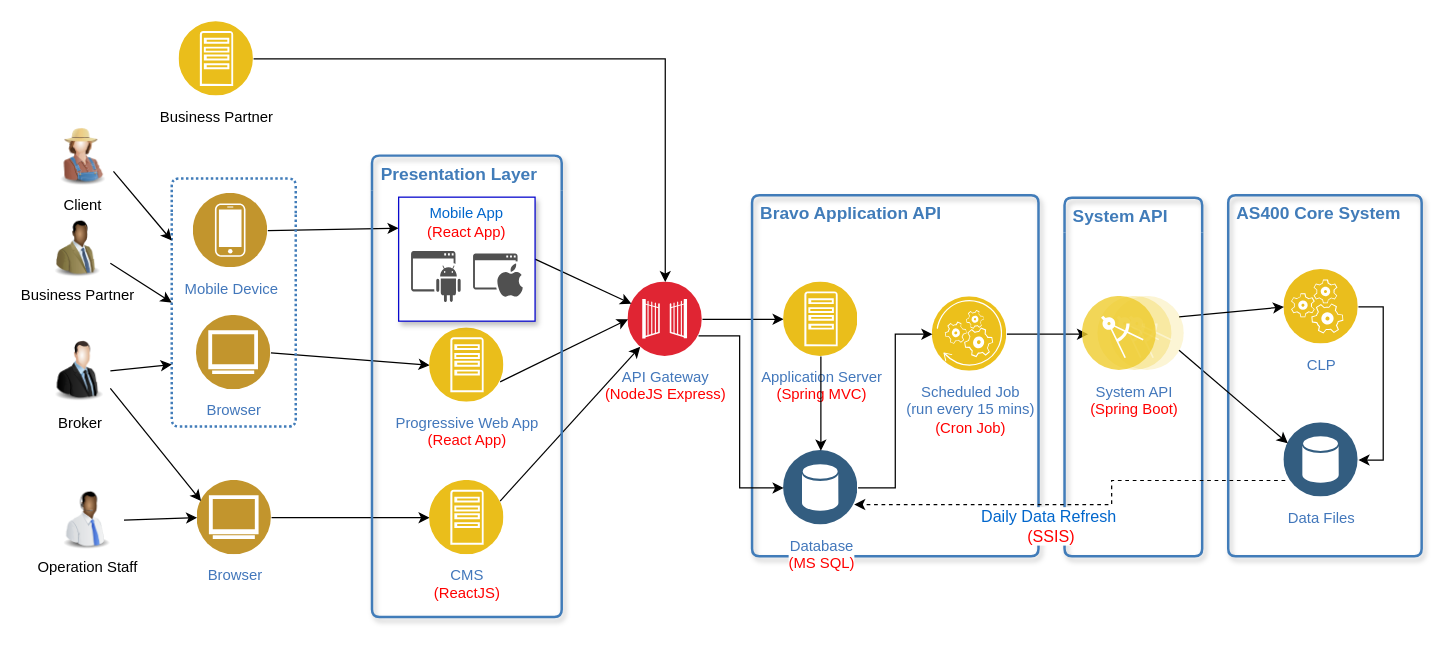
Above: page "Logical Component" (1 of 2) of WeCare_Architecture.drawio in whalebig27/change-request-process-diagram (draw.io), before the change. Source tidied: cells renumbered, new cells numbered last; positions are measured from the earlier drawing's top-left corner, leaving out a move shared by most shapes. Both pictures are drawn from the tidied source at 124%, with x=0, y=0 at pixel (45, 21).
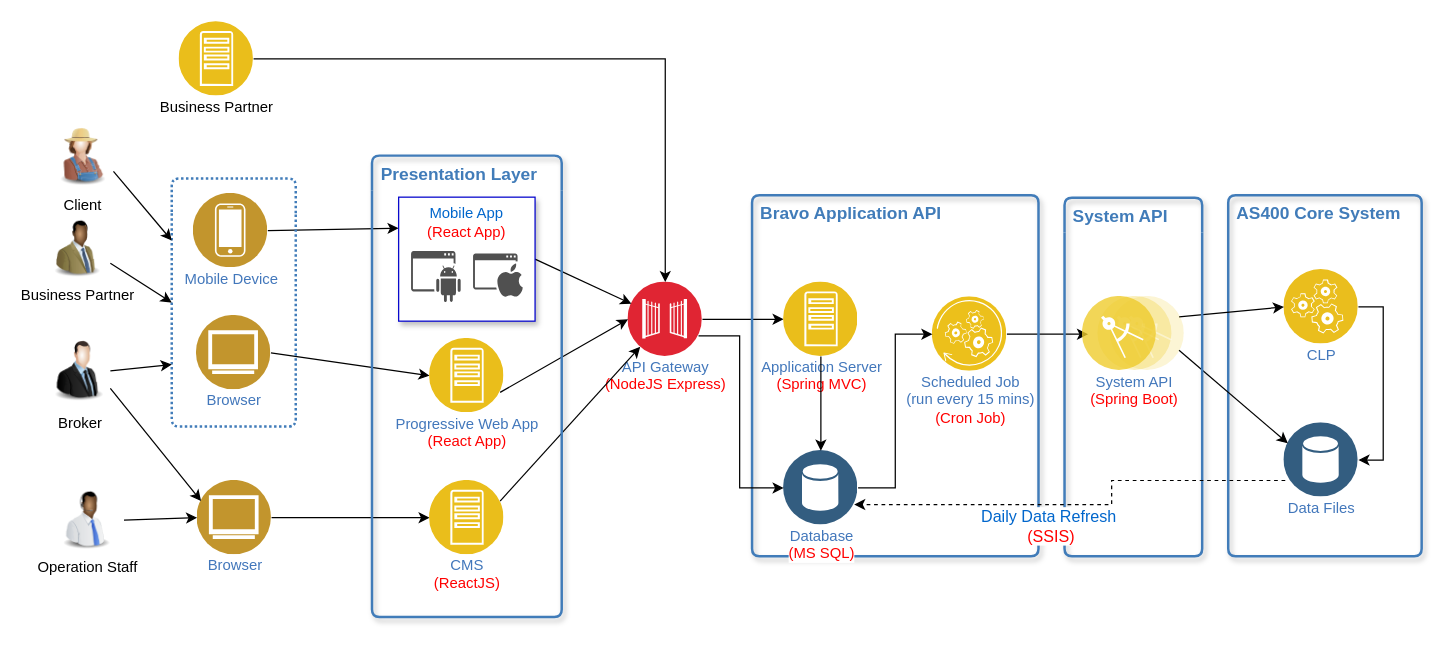
The same diagram, later.

Unchanged cells that the change refers to:
```xml
<mxCell id="18" value="&lt;b&gt;&lt;font style=&quot;font-size: 14px&quot;&gt;Presentation Layer&lt;/font&gt;&lt;/b&gt;" style="swimlane;fontStyle=0;horizontal=1;startSize=28;swimlaneLine=0;swimlaneFillColor=none;fillColor=none;rounded=1;whiteSpace=wrap;html=1;absoluteArcSize=1;arcSize=12;strokeColor=#417CB9;fontColor=#417CB9;verticalAlign=top;align=left;spacingLeft=5;dashed=0;strokeWidth=2;shadow=1;dashPattern=1 1;" parent="17" vertex="1">
  <mxGeometry x="-3" y="8" width="153" height="372" as="geometry" />
</mxCell>
<mxCell id="26" value="&lt;b&gt;&lt;font style=&quot;font-size: 14px&quot;&gt;AS400 Core System&lt;/font&gt;&lt;/b&gt;" style="swimlane;fontStyle=0;horizontal=1;startSize=28;swimlaneLine=0;swimlaneFillColor=none;fillColor=none;rounded=1;whiteSpace=wrap;html=1;absoluteArcSize=1;arcSize=12;strokeColor=#417CB9;fontColor=#417CB9;verticalAlign=top;align=left;spacingLeft=5;dashed=0;strokeWidth=2;shadow=1;" parent="1" vertex="1">
  <mxGeometry x="954" y="140" width="156" height="291" as="geometry" />
</mxCell>
<mxCell id="33" value="&lt;b&gt;&lt;font style=&quot;font-size: 14px&quot;&gt;Bravo Application API&lt;/font&gt;&lt;/b&gt;" style="swimlane;fontStyle=0;horizontal=1;startSize=28;swimlaneLine=0;swimlaneFillColor=none;fillColor=none;rounded=1;whiteSpace=wrap;html=1;absoluteArcSize=1;arcSize=12;strokeColor=#417CB9;fontColor=#417CB9;verticalAlign=top;align=left;spacingLeft=5;dashed=0;strokeWidth=2;shadow=1;" parent="1" vertex="1">
  <mxGeometry x="570" y="140" width="231" height="291" as="geometry" />
</mxCell>
<mxCell id="42" style="swimlane;fontStyle=0;horizontal=1;startSize=28;swimlaneLine=0;swimlaneFillColor=none;fillColor=none;rounded=1;whiteSpace=wrap;html=1;absoluteArcSize=1;arcSize=12;strokeColor=#417CB9;fontColor=#417CB9;verticalAlign=top;align=left;spacingLeft=5;dashed=1;strokeWidth=2;shadow=0;dashPattern=1 1;" parent="1" vertex="1">
  <mxGeometry x="102" y="126.5" width="100" height="200" as="geometry" />
</mxCell>
<mxCell id="49" value="&lt;b&gt;&lt;font style=&quot;font-size: 14px&quot;&gt;System API&lt;/font&gt;&lt;/b&gt;" style="swimlane;fontStyle=0;horizontal=1;startSize=28;swimlaneLine=0;swimlaneFillColor=none;fillColor=none;rounded=1;whiteSpace=wrap;html=1;absoluteArcSize=1;arcSize=12;strokeColor=#417CB9;fontColor=#417CB9;verticalAlign=top;align=left;spacingLeft=5;dashed=0;strokeWidth=2;shadow=1;dashPattern=1 1;" parent="1" vertex="1">
  <mxGeometry x="822" y="142" width="111" height="289" as="geometry" />
</mxCell>
```

Diff of the diagram source:
```diff
@@
-    <mxCell id="3" value="Browser" style="perimeter=ellipsePerimeter;html=1;align=center;shadow=0;dashed=0;fontColor=#4277BB;labelBackgroundColor=#ffffff;fontSize=12;spacingTop=3;image;image=img/lib/ibm/users/browser.svg;" parent="1" vertex="1">
+    <mxCell id="3" value="Browser" style="perimeter=ellipsePerimeter;html=1;align=center;shadow=0;dashed=0;fontColor=#4277BB;labelBackgroundColor=#ffffff;fontSize=12;spacingTop=-5;image;image=img/lib/ibm/users/browser.svg;" parent="1" vertex="1">
       <mxGeometry x="122.5" y="370" width="60" height="60" as="geometry" />
     </mxCell>
-    <mxCell id="4" value="API Gateway&lt;br&gt;&lt;font color=&quot;#ff0000&quot;&gt;(NodeJS Express)&lt;/font&gt;&lt;br&gt;" style="perimeter=ellipsePerimeter;html=1;align=center;shadow=0;dashed=0;fontColor=#4277BB;labelBackgroundColor=#ffffff;fontSize=12;spacingTop=3;image;image=img/lib/ibm/security/gateway.svg;" parent="1" vertex="1">
+    <mxCell id="4" value="API Gateway&lt;br&gt;&lt;font color=&quot;#ff0000&quot;&gt;(NodeJS Express)&lt;/font&gt;&lt;br&gt;" style="perimeter=ellipsePerimeter;html=1;align=center;shadow=0;dashed=0;fontColor=#4277BB;labelBackgroundColor=#ffffff;fontSize=12;spacingTop=-5;image;image=img/lib/ibm/security/gateway.svg;" parent="1" vertex="1">
       <mxGeometry x="470" y="210" width="60" height="60" as="geometry" />
     </mxCell>
@@
-    <mxCell id="9" value="&lt;font style=&quot;font-size: 12px&quot;&gt;&lt;font color=&quot;#000000&quot;&gt;Business Partner&lt;/font&gt;&lt;br&gt;&lt;/font&gt;" style="perimeter=ellipsePerimeter;html=1;align=center;shadow=0;dashed=0;fontColor=#4277BB;labelBackgroundColor=#ffffff;fontSize=12;spacingTop=3;image;image=img/lib/ibm/applications/app_server.svg;" parent="1" vertex="1">
+    <mxCell id="9" value="&lt;font style=&quot;font-size: 12px&quot;&gt;&lt;font color=&quot;#000000&quot;&gt;Business Partner&lt;/font&gt;&lt;br&gt;&lt;/font&gt;" style="perimeter=ellipsePerimeter;html=1;align=center;shadow=0;dashed=0;fontColor=#4277BB;labelBackgroundColor=#ffffff;fontSize=12;spacingTop=-5;image;image=img/lib/ibm/applications/app_server.svg;" parent="1" vertex="1">
       <mxGeometry x="108" width="60" height="60" as="geometry" />
     </mxCell>
@@
-    <mxCell id="19" value="Progressive Web App&lt;br&gt;&lt;font color=&quot;#ff0000&quot;&gt;(React App)&lt;/font&gt;&lt;br&gt;" style="perimeter=ellipsePerimeter;html=1;align=center;shadow=0;dashed=0;fontColor=#4277BB;labelBackgroundColor=#ffffff;fontSize=12;spacingTop=3;image;image=img/lib/ibm/applications/app_server.svg;" parent="18" vertex="1">
-      <mxGeometry x="46.5" y="139" width="60" height="60" as="geometry" />
+    <mxCell id="19" value="Progressive Web App&lt;br&gt;&lt;font color=&quot;#ff0000&quot;&gt;(React App)&lt;/font&gt;&lt;br&gt;" style="perimeter=ellipsePerimeter;html=1;align=center;shadow=0;dashed=0;fontColor=#4277BB;labelBackgroundColor=#ffffff;fontSize=12;spacingTop=-5;image;image=img/lib/ibm/applications/app_server.svg;" parent="18" vertex="1">
+      <mxGeometry x="46.5" y="147.5" width="60" height="60" as="geometry" />
     </mxCell>
-    <mxCell id="20" value="&lt;font style=&quot;font-size: 12px&quot;&gt;CMS&lt;br&gt;&lt;font color=&quot;#ff0000&quot;&gt;(ReactJS)&lt;/font&gt;&lt;br&gt;&lt;/font&gt;" style="perimeter=ellipsePerimeter;html=1;align=center;shadow=0;dashed=0;fontColor=#4277BB;labelBackgroundColor=#ffffff;fontSize=12;spacingTop=3;image;image=img/lib/ibm/applications/app_server.svg;" parent="18" vertex="1">
+    <mxCell id="20" value="&lt;font style=&quot;font-size: 12px&quot;&gt;CMS&lt;br&gt;&lt;font color=&quot;#ff0000&quot;&gt;(ReactJS)&lt;/font&gt;&lt;br&gt;&lt;/font&gt;" style="perimeter=ellipsePerimeter;html=1;align=center;shadow=0;dashed=0;fontColor=#4277BB;labelBackgroundColor=#ffffff;fontSize=12;spacingTop=-5;image;image=img/lib/ibm/applications/app_server.svg;" parent="18" vertex="1">
       <mxGeometry x="46.5" y="262" width="60" height="60" as="geometry" />
     </mxCell>
@@
-    <mxCell id="27" value="Data Files" style="perimeter=ellipsePerimeter;html=1;align=center;shadow=0;dashed=0;fontColor=#4277BB;labelBackgroundColor=#ffffff;fontSize=12;spacingTop=3;image;image=img/lib/ibm/data/data_services.svg;strokeColor=#0000CC;strokeWidth=1;" parent="26" vertex="1">
+    <mxCell id="27" value="Data Files" style="perimeter=ellipsePerimeter;html=1;align=center;shadow=0;dashed=0;fontColor=#4277BB;labelBackgroundColor=#ffffff;fontSize=12;spacingTop=-5;image;image=img/lib/ibm/data/data_services.svg;strokeColor=#0000CC;strokeWidth=1;" parent="26" vertex="1">
       <mxGeometry x="45" y="183.5" width="60" height="60" as="geometry" />
     </mxCell>
-    <mxCell id="28" value="CLP" style="perimeter=ellipsePerimeter;html=1;align=center;shadow=0;dashed=0;fontColor=#4277BB;labelBackgroundColor=#ffffff;fontSize=12;spacingTop=3;image;image=img/lib/ibm/applications/runtime_services.svg;dashPattern=1 1;strokeColor=#0000CC;strokeWidth=3;" parent="26" vertex="1">
+    <mxCell id="28" value="CLP" style="perimeter=ellipsePerimeter;html=1;align=center;shadow=0;dashed=0;fontColor=#4277BB;labelBackgroundColor=#ffffff;fontSize=12;spacingTop=-5;image;image=img/lib/ibm/applications/runtime_services.svg;dashPattern=1 1;strokeColor=#0000CC;strokeWidth=3;" parent="26" vertex="1">
       <mxGeometry x="45" y="60" width="60" height="60" as="geometry" />
     </mxCell>
@@
-    <mxCell id="34" value="&lt;font style=&quot;font-size: 12px&quot;&gt;Application Server&lt;br&gt;&lt;font color=&quot;#ff0000&quot;&gt;(Spring MVC)&lt;/font&gt;&lt;br&gt;&lt;/font&gt;" style="perimeter=ellipsePerimeter;html=1;align=center;shadow=0;dashed=0;fontColor=#4277BB;labelBackgroundColor=#ffffff;fontSize=12;spacingTop=3;image;image=img/lib/ibm/applications/app_server.svg;" parent="33" vertex="1">
+    <mxCell id="34" value="&lt;font style=&quot;font-size: 12px&quot;&gt;Application Server&lt;br&gt;&lt;font color=&quot;#ff0000&quot;&gt;(Spring MVC)&lt;/font&gt;&lt;br&gt;&lt;/font&gt;" style="perimeter=ellipsePerimeter;html=1;align=center;shadow=0;dashed=0;fontColor=#4277BB;labelBackgroundColor=#ffffff;fontSize=12;spacingTop=-5;image;image=img/lib/ibm/applications/app_server.svg;" parent="33" vertex="1">
       <mxGeometry x="25.5" y="70" width="60" height="60" as="geometry" />
     </mxCell>
-    <mxCell id="35" value="Database&lt;br&gt;&lt;font color=&quot;#ff0000&quot;&gt;(MS SQL)&lt;/font&gt;&lt;br&gt;" style="perimeter=ellipsePerimeter;html=1;align=center;shadow=0;dashed=0;fontColor=#4277BB;labelBackgroundColor=#ffffff;fontSize=12;spacingTop=3;image;image=img/lib/ibm/data/data_services.svg;strokeColor=#0000CC;strokeWidth=1;" parent="33" vertex="1">
+    <mxCell id="35" value="Database&lt;br&gt;&lt;font color=&quot;#ff0000&quot;&gt;(MS SQL)&lt;/font&gt;&lt;br&gt;" style="perimeter=ellipsePerimeter;html=1;align=center;shadow=0;dashed=0;fontColor=#4277BB;labelBackgroundColor=#ffffff;fontSize=12;spacingTop=-5;image;image=img/lib/ibm/data/data_services.svg;strokeColor=#0000CC;strokeWidth=1;" parent="33" vertex="1">
       <mxGeometry x="25.5" y="206" width="60" height="60" as="geometry" />
     </mxCell>
@@
-    <mxCell id="37" value="Scheduled Job &lt;br&gt;(run every 15 mins)&lt;br&gt;&lt;font color=&quot;#ff0000&quot;&gt;(Cron Job)&lt;/font&gt;&lt;br&gt;" style="perimeter=ellipsePerimeter;html=1;align=center;shadow=0;dashed=0;fontColor=#4277BB;labelBackgroundColor=#ffffff;fontSize=12;spacingTop=3;image;image=img/lib/ibm/applications/api_polyglot_runtimes.svg;strokeColor=#0000CC;strokeWidth=1;" parent="33" vertex="1">
+    <mxCell id="37" value="Scheduled Job &lt;br&gt;(run every 15 mins)&lt;br&gt;&lt;font color=&quot;#ff0000&quot;&gt;(Cron Job)&lt;/font&gt;&lt;br&gt;" style="perimeter=ellipsePerimeter;html=1;align=center;shadow=0;dashed=0;fontColor=#4277BB;labelBackgroundColor=#ffffff;fontSize=12;spacingTop=-5;image;image=img/lib/ibm/applications/api_polyglot_runtimes.svg;strokeColor=#0000CC;strokeWidth=1;" parent="33" vertex="1">
       <mxGeometry x="145.5" y="82" width="60" height="60" as="geometry" />
     </mxCell>
@@
-    <mxCell id="43" value="Mobile Device" style="perimeter=ellipsePerimeter;html=1;align=center;shadow=0;dashed=0;fontColor=#4277BB;labelBackgroundColor=#ffffff;fontSize=12;spacingTop=3;image;image=img/lib/ibm/users/device.svg;" parent="42" vertex="1">
+    <mxCell id="43" value="Mobile Device" style="perimeter=ellipsePerimeter;html=1;align=center;shadow=0;dashed=0;fontColor=#4277BB;labelBackgroundColor=#ffffff;fontSize=12;spacingTop=-5;image;image=img/lib/ibm/users/device.svg;" parent="42" vertex="1">
       <mxGeometry x="17.5" y="12" width="60" height="60" as="geometry" />
     </mxCell>
-    <mxCell id="44" value="Browser" style="perimeter=ellipsePerimeter;html=1;align=center;shadow=0;dashed=0;fontColor=#4277BB;labelBackgroundColor=#ffffff;fontSize=12;spacingTop=3;image;image=img/lib/ibm/users/browser.svg;" parent="42" vertex="1">
+    <mxCell id="44" value="Browser" style="perimeter=ellipsePerimeter;html=1;align=center;shadow=0;dashed=0;fontColor=#4277BB;labelBackgroundColor=#ffffff;fontSize=12;spacingTop=-5;image;image=img/lib/ibm/users/browser.svg;" parent="42" vertex="1">
       <mxGeometry x="20" y="110.5" width="60" height="60" as="geometry" />
     </mxCell>
@@
-    <mxCell id="50" value="System API&lt;br&gt;&lt;font color=&quot;#ff0000&quot;&gt;(Spring Boot)&lt;/font&gt;&lt;br&gt;" style="perimeter=ellipsePerimeter;html=1;align=center;shadow=0;dashed=0;fontColor=#4277BB;labelBackgroundColor=#ffffff;fontSize=12;spacingTop=3;image;image=img/lib/ibm/applications/microservice.svg;dashPattern=1 1;strokeColor=#0000CC;strokeWidth=3;" parent="49" vertex="1">
+    <mxCell id="50" value="System API&lt;br&gt;&lt;font color=&quot;#ff0000&quot;&gt;(Spring Boot)&lt;/font&gt;&lt;br&gt;" style="perimeter=ellipsePerimeter;html=1;align=center;shadow=0;dashed=0;fontColor=#4277BB;labelBackgroundColor=#ffffff;fontSize=12;spacingTop=-5;image;image=img/lib/ibm/applications/microservice.svg;dashPattern=1 1;strokeColor=#0000CC;strokeWidth=3;" parent="49" vertex="1">
       <mxGeometry x="14.5" y="79.5" width="82.2" height="60" as="geometry" />
     </mxCell>
```
